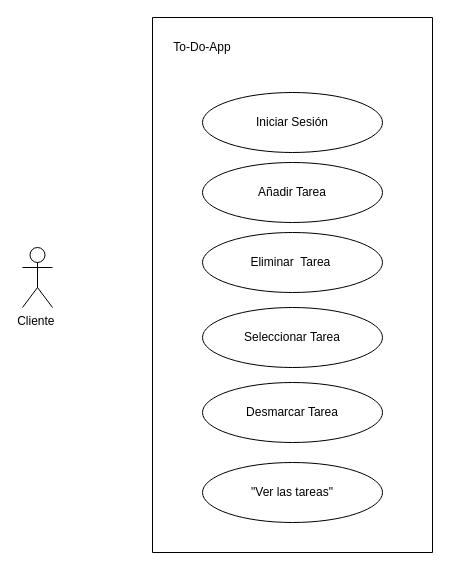
This is Diagrama de Casos de Uso.drawio from AceDen97/SD, a draw.io file, before an edit. Source tidied: cells renumbered, new cells numbered last; positions are measured from the earlier drawing's top-left corner, leaving out a move shared by most shapes. Both pictures are drawn from the tidied source at 100%, with x=0, y=0 at pixel (22, 17).
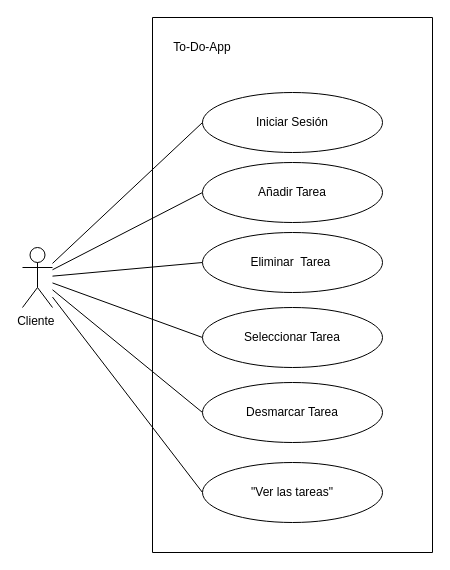
The same page after the edit.

The edit, as a diff of the source:
```diff
@@
 <mxGraphModel>
   <root>
     <mxCell id="0" />
     <mxCell id="1" parent="0" />
+    <mxCell id="3" style="verticalLabelPosition=bottom;verticalAlign=top;html=1;shape=mxgraph.basic.rect;fillColor2=none;strokeWidth=1;size=20;indent=5;" parent="1" vertex="1">
+      <mxGeometry x="130" width="280" height="535" as="geometry" />
+    </mxCell>
+    <mxCell id="11" style="rounded=0;jettySize=auto;html=1;entryX=0;entryY=0.5;entryDx=0;entryDy=0;endArrow=none;endFill=0;" parent="1" edge="1" source="2" target="5">
+      <mxGeometry relative="1" as="geometry" />
+    </mxCell>
+    <mxCell id="12" style="rounded=0;jettySize=auto;html=1;entryX=0;entryY=0.5;entryDx=0;entryDy=0;endArrow=none;endFill=0;" parent="1" edge="1" source="2" target="8">
+      <mxGeometry relative="1" as="geometry" />
+    </mxCell>
+    <mxCell id="13" style="rounded=0;jettySize=auto;html=1;entryX=0;entryY=0.5;entryDx=0;entryDy=0;endArrow=none;endFill=0;" parent="1" edge="1" source="2" target="6">
+      <mxGeometry relative="1" as="geometry" />
+    </mxCell>
+    <mxCell id="14" style="rounded=0;jettySize=auto;html=1;entryX=0;entryY=0.5;entryDx=0;entryDy=0;endArrow=none;endFill=0;" parent="1" edge="1" source="2" target="7">
+      <mxGeometry relative="1" as="geometry" />
+    </mxCell>
+    <mxCell id="15" style="rounded=0;jettySize=auto;html=1;entryX=0;entryY=0.5;entryDx=0;entryDy=0;endArrow=none;endFill=0;" parent="1" edge="1" source="2" target="10">
+      <mxGeometry relative="1" as="geometry" />
+    </mxCell>
     <mxCell id="2" value="Cliente&amp;nbsp;" style="shape=umlActor;verticalLabelPosition=bottom;verticalAlign=top;html=1;outlineConnect=0;" parent="1" vertex="1">
       <mxGeometry y="230" width="30" height="60" as="geometry" />
     </mxCell>
-    <mxCell id="3" style="verticalLabelPosition=bottom;verticalAlign=top;html=1;shape=mxgraph.basic.rect;fillColor2=none;strokeWidth=1;size=20;indent=5;" parent="1" vertex="1">
-      <mxGeometry x="130" width="280" height="535" as="geometry" />
-    </mxCell>
     <mxCell id="4" value="Iniciar Sesión" style="ellipse;whiteSpace=wrap;html=1;" parent="1" vertex="1">
       <mxGeometry x="180" y="75" width="180" height="60" as="geometry" />
     </mxCell>
     <mxCell id="5" value="Añadir Tarea" style="ellipse;whiteSpace=wrap;html=1;" parent="1" vertex="1">
       <mxGeometry x="180" y="145" width="180" height="60" as="geometry" />
     </mxCell>
     <mxCell id="6" value="Seleccionar Tarea" style="ellipse;whiteSpace=wrap;html=1;" parent="1" vertex="1">
       <mxGeometry x="180" y="290" width="180" height="60" as="geometry" />
     </mxCell>
     <mxCell id="7" value="Desmarcar Tarea" style="ellipse;whiteSpace=wrap;html=1;" parent="1" vertex="1">
       <mxGeometry x="180" y="365" width="180" height="60" as="geometry" />
     </mxCell>
     <mxCell id="8" value="Eliminar&amp;nbsp; Tarea&amp;nbsp;" style="ellipse;whiteSpace=wrap;html=1;" parent="1" vertex="1">
       <mxGeometry x="180" y="215" width="180" height="60" as="geometry" />
     </mxCell>
     <mxCell id="9" value="To-Do-App" style="text;html=1;strokeColor=none;fillColor=none;align=center;verticalAlign=middle;whiteSpace=wrap;rounded=0;" parent="1" vertex="1">
       <mxGeometry x="150" y="15" width="60" height="30" as="geometry" />
     </mxCell>
     <mxCell id="10" value="&quot;Ver las tareas&quot;" style="ellipse;whiteSpace=wrap;html=1;" parent="1" vertex="1">
       <mxGeometry x="180" y="445" width="180" height="60" as="geometry" />
     </mxCell>
+    <mxCell id="16" style="rounded=0;jettySize=auto;html=1;entryX=0;entryY=0.5;entryDx=0;entryDy=0;endArrow=none;endFill=0;" parent="1" edge="1" source="2" target="4">
+      <mxGeometry relative="1" as="geometry" />
+    </mxCell>
   </root>
 </mxGraphModel>
```
